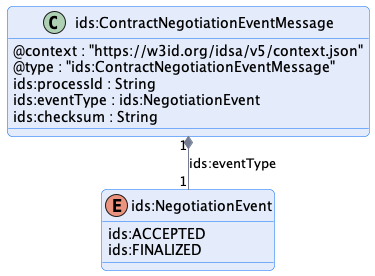
The PlantUML diagram negotiation/message/diagram/contract-negotiation-event-message.png in International-Data-Spaces-Association/ids-specification, before a commit.
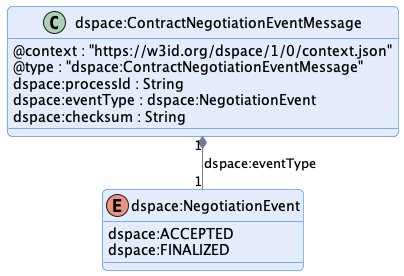
Above is the later version.

What changed in the source:
```diff
@@ -1,24 +1,24 @@
 @startuml "contract-negotiation-event-message"
 !pragma layout smetana
 
-!include ../../diagrams/diagram.styles.puml
+!include ../../../common/style/diagram.styles.puml
 
 hide empty description
 
 
-class "ids:ContractNegotiationEventMessage" {
-    @context : "https://w3id.org/idsa/v5/context.json"
-    @type : "ids:ContractNegotiationEventMessage"
-    ids:processId : String
-    ids:eventType : ids:NegotiationEvent
-    ids:checksum : String
+class "dspace:ContractNegotiationEventMessage" {
+    @context : "https://w3id.org/dspace/1/0/context.json"
+    @type : "dspace:ContractNegotiationEventMessage"
+    dspace:processId : String
+    dspace:eventType : dspace:NegotiationEvent
+    dspace:checksum : String
 }
 
-enum ids:NegotiationEvent {
-    ids:ACCEPTED
-    ids:FINALIZED
+enum dspace:NegotiationEvent {
+    dspace:ACCEPTED
+    dspace:FINALIZED
 }
 
-"ids:ContractNegotiationEventMessage" "1" *-- "1" "ids:NegotiationEvent" : "ids:eventType"
+"dspace:ContractNegotiationEventMessage" "1" *-- "1" "dspace:NegotiationEvent" : "dspace:eventType"
 
 @enduml
```
